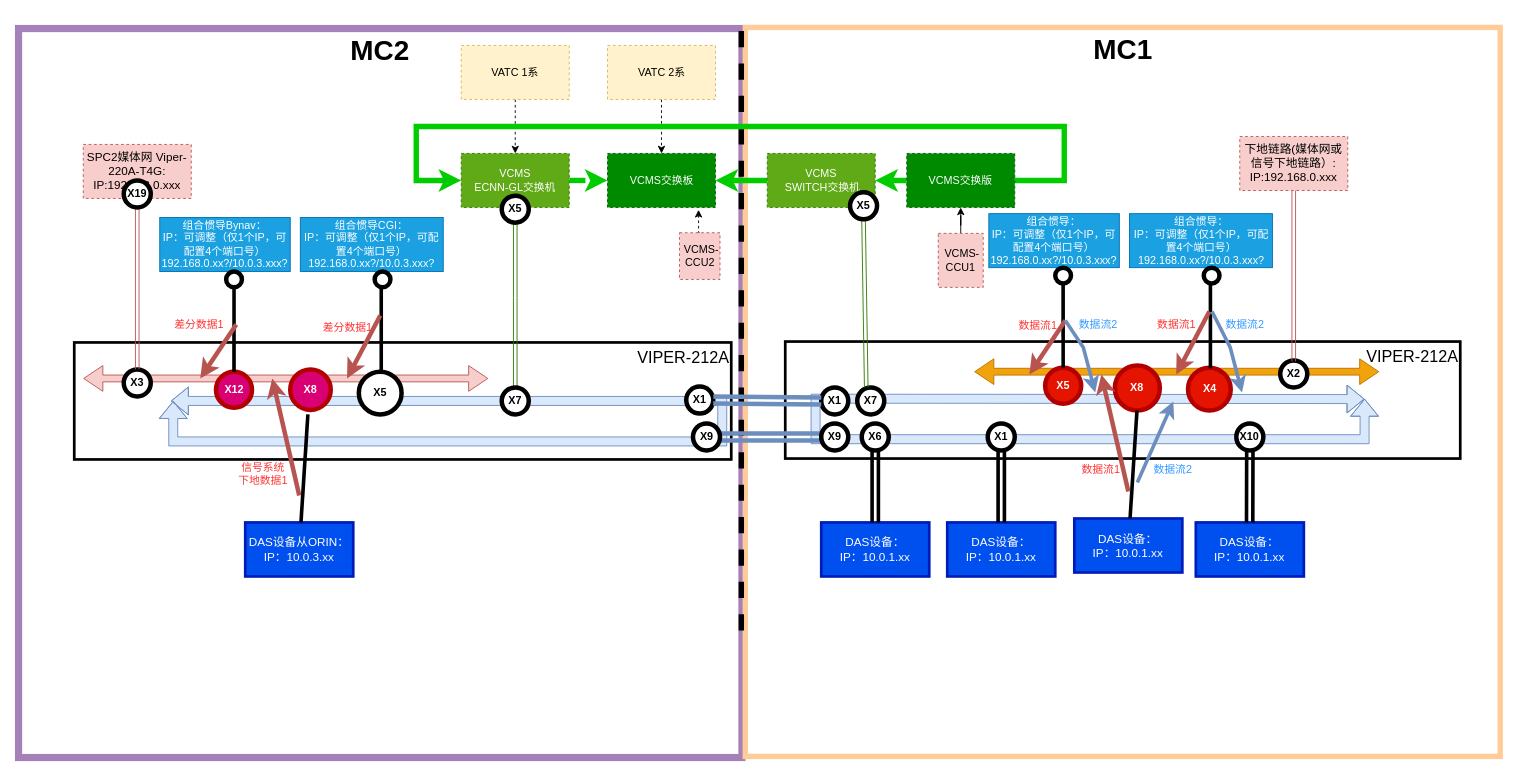
Earlier version of the draw.io diagram 差分下地链路-信号系统-DAS.drawio (FrankWong-cs/SharingwithColleagues). Source tidied: cells renumbered, new cells numbered last; positions are measured from the earlier drawing's top-left corner, leaving out a move shared by most shapes. Both pictures are drawn from the tidied source at 90%, with x=0, y=0 at pixel (18, 18).
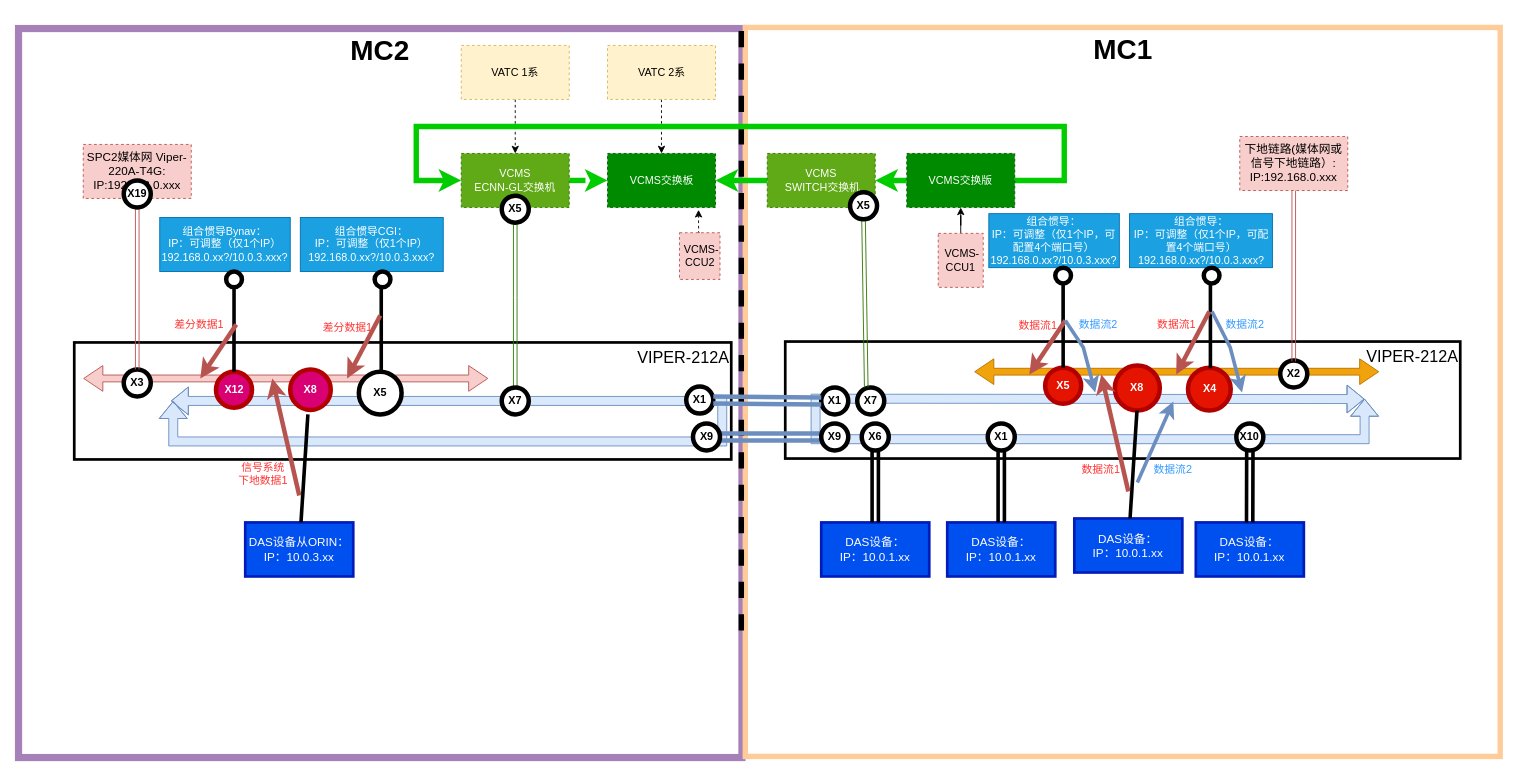
Above is the later version.

Commit message (it also covers changes not shown here):
Update 差分下地链路-信号系统-DAS.drawio

The edit, as a diff of the source:
```diff
@@
-    <mxCell id="21" value="组合惯导Bynav：&lt;br&gt;IP：可调整（仅1个IP，可配置4个端口号）&lt;br&gt;192.168.0.xx?/10.0.3.xxx?" style="rounded=0;whiteSpace=wrap;html=1;fillColor=#1ba1e2;fontColor=#ffffff;strokeColor=#006EAF;" parent="1" vertex="1">
+    <mxCell id="21" value="组合惯导Bynav：&lt;br&gt;IP：可调整（仅1个IP）&lt;br&gt;192.168.0.xx?/10.0.3.xxx?" style="rounded=0;whiteSpace=wrap;html=1;fillColor=#1ba1e2;fontColor=#ffffff;strokeColor=#006EAF;" parent="1" vertex="1">
       <mxGeometry x="157" y="221.2" width="145" height="60" as="geometry" />
     </mxCell>
@@
-    <mxCell id="26" value="组合惯导CGI：&lt;br&gt;IP：可调整（仅1个IP，可配置4个端口号）&lt;br&gt;192.168.0.xx?/10.0.3.xxx?" style="rounded=0;whiteSpace=wrap;html=1;fillColor=#1ba1e2;fontColor=#ffffff;strokeColor=#006EAF;" parent="1" vertex="1">
+    <mxCell id="26" value="组合惯导CGI：&lt;br&gt;IP：可调整（仅1个IP）&lt;br&gt;192.168.0.xx?/10.0.3.xxx?" style="rounded=0;whiteSpace=wrap;html=1;fillColor=#1ba1e2;fontColor=#ffffff;strokeColor=#006EAF;" parent="1" vertex="1">
       <mxGeometry x="313.2" y="221.2" width="158.8" height="60" as="geometry" />
     </mxCell>
```
